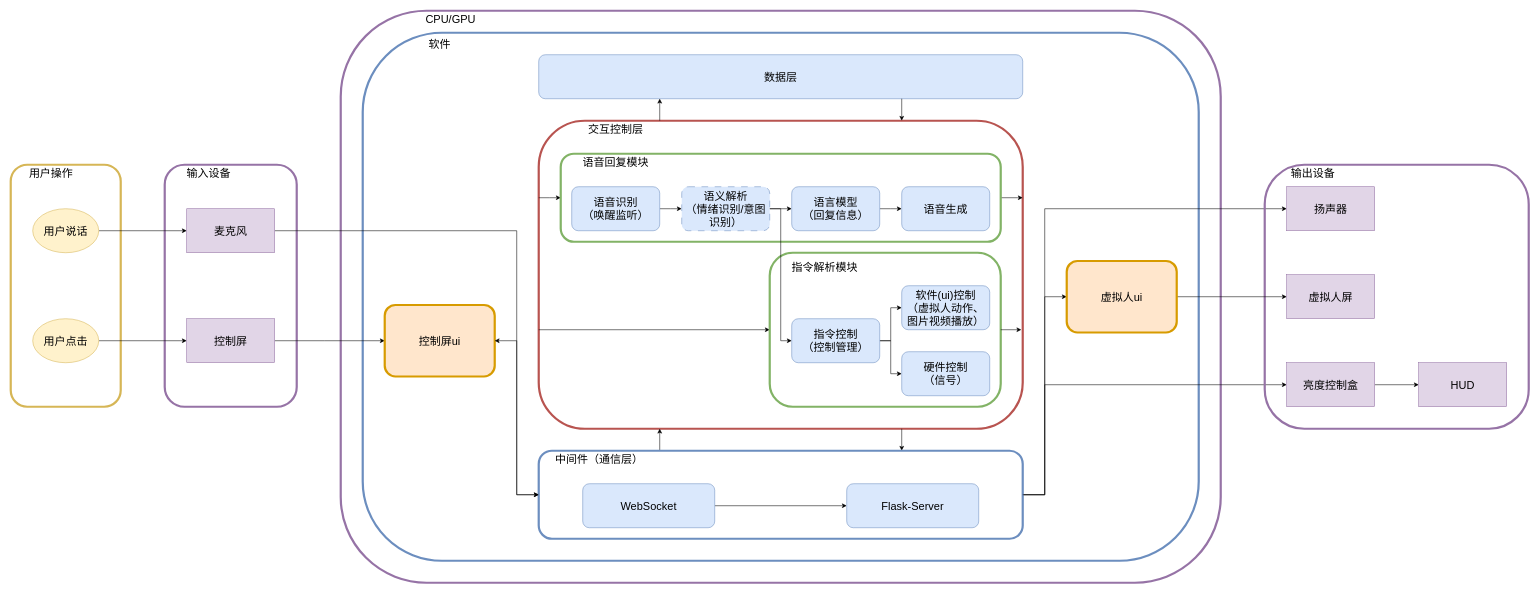
Above: 未命名绘图.drawio in NanayaSN/VPA (draw.io), before the change. Source tidied: cells renumbered, new cells numbered last; positions are measured from the earlier drawing's top-left corner, leaving out a move shared by most shapes. Both pictures are drawn from the tidied source at 55%, with x=0, y=0 at pixel (10, 10).
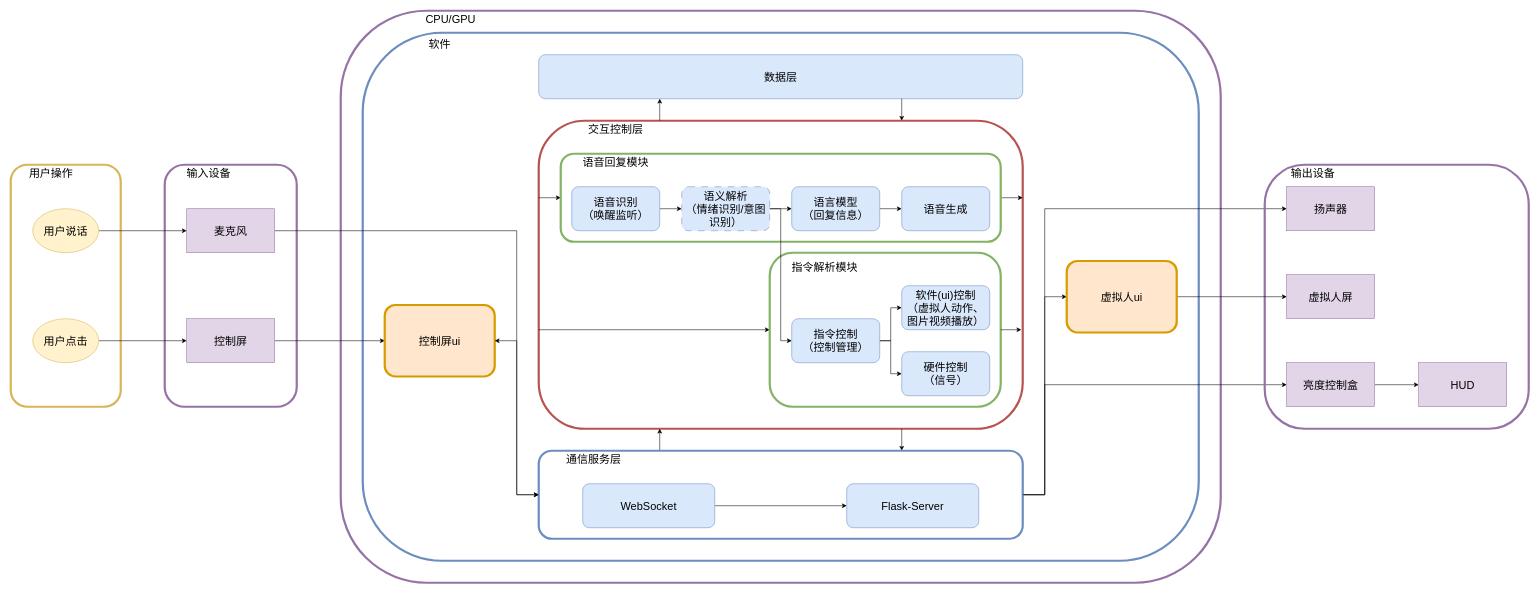
After the change.

Commit message (it also covers changes not shown here):
更新未命名绘图.drawio

What changed in the source:
```diff
@@
-    <mxCell id="45" value="中间件（通信层）" style="text;html=1;align=center;verticalAlign=middle;whiteSpace=wrap;rounded=0;fontSize=20;" parent="1" vertex="1">
-      <mxGeometry x="980" y="800" width="180" height="30" as="geometry" />
+    <mxCell id="45" value="通信服务层" style="text;html=1;align=center;verticalAlign=middle;whiteSpace=wrap;rounded=0;fontSize=20;" parent="1" vertex="1">
+      <mxGeometry x="980" y="800" width="160" height="30" as="geometry" />
     </mxCell>
```
